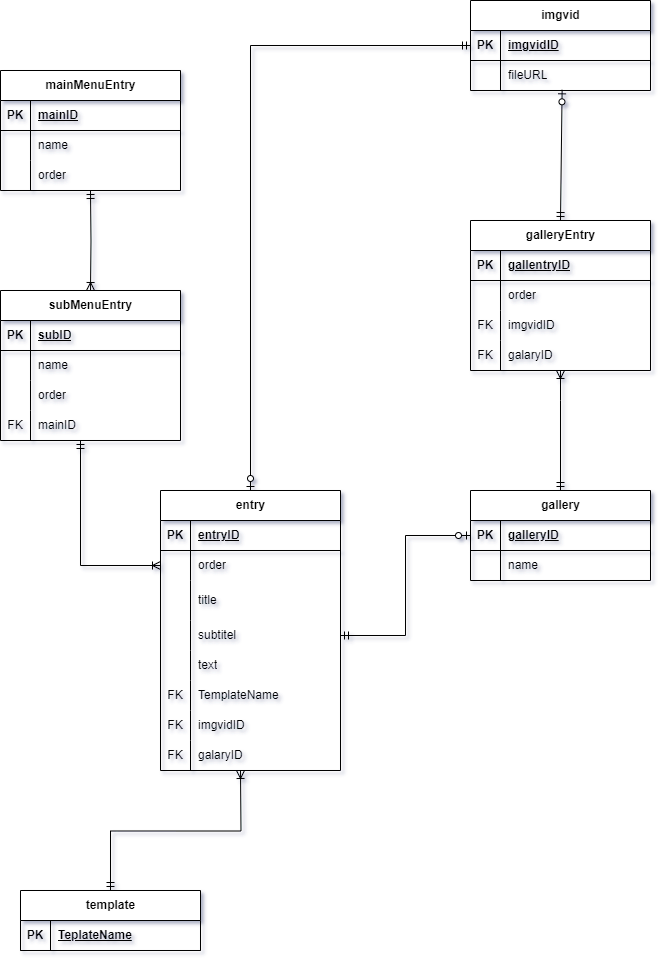
Earlier version of the draw.io export src/Database/DBSchema.png (Werzu25/MusikbezirkSilz). Source tidied: cells renumbered, new cells last; positions are measured from the earlier drawing's top-left corner, leaving out a move shared by most shapes.
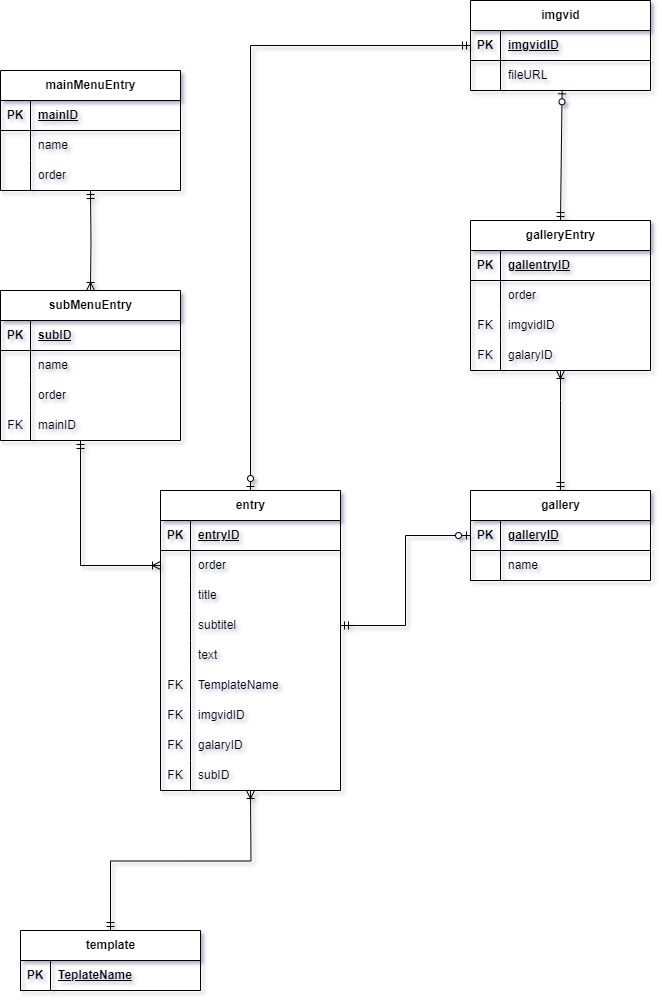
Above is the later version.

Commit message:
fixed issue in DBSchema DBinit created base Julian gay

Diff of the diagram source:
```diff
@@ -3,7 +3,7 @@
     <mxCell id="0" />
     <mxCell id="1" parent="0" />
     <mxCell id="2" value="entry" style="shape=table;startSize=30;rowLines=0;fontStyle=1;align=center;html=1;verticalAlign=middle;horizontal=1;" parent="1" vertex="1">
-      <mxGeometry x="160" y="490" width="180" height="280" as="geometry" />
+      <mxGeometry x="160" y="490" width="180" height="300" as="geometry" />
     </mxCell>
     <mxCell id="3" style="shape=tableRow;horizontal=0;startSize=0;swimlaneHead=0;swimlaneBody=0;fillColor=none;top=0;left=0;right=0;bottom=1;" parent="2" vertex="1">
       <mxGeometry y="30" width="180" height="30" as="geometry" />
@@ -24,16 +24,16 @@
       <mxGeometry x="30" width="150" height="30" as="geometry" />
     </mxCell>
     <mxCell id="9" style="shape=tableRow;horizontal=0;startSize=0;swimlaneHead=0;swimlaneBody=0;fillColor=none;top=0;left=0;right=0;bottom=0;" parent="2" vertex="1">
-      <mxGeometry y="90" width="180" height="40" as="geometry" />
+      <mxGeometry y="90" width="180" height="30" as="geometry" />
     </mxCell>
     <mxCell id="10" style="shape=partialRectangle;fillColor=none;top=0;left=0;bottom=0;right=0;overflow=hidden;whiteSpace=wrap;html=1;" parent="9" vertex="1">
-      <mxGeometry width="30" height="40" as="geometry" />
+      <mxGeometry width="30" height="30" as="geometry" />
     </mxCell>
     <mxCell id="11" value="title" style="shape=partialRectangle;fillColor=none;top=0;left=0;bottom=0;right=0;align=left;spacingLeft=6;overflow=hidden;whiteSpace=wrap;html=1;" parent="9" vertex="1">
-      <mxGeometry x="30" width="150" height="40" as="geometry" />
+      <mxGeometry x="30" width="150" height="30" as="geometry" />
     </mxCell>
     <mxCell id="12" style="shape=tableRow;horizontal=0;startSize=0;swimlaneHead=0;swimlaneBody=0;fillColor=none;points=[[0,0.5],[1,0.5]];portConstraint=eastwest;top=0;left=0;right=0;bottom=0;" parent="2" vertex="1">
-      <mxGeometry y="130" width="180" height="30" as="geometry" />
+      <mxGeometry y="120" width="180" height="30" as="geometry" />
     </mxCell>
     <mxCell id="13" style="shape=partialRectangle;fillColor=none;top=0;left=0;bottom=0;right=0;overflow=hidden;whiteSpace=wrap;html=1;" parent="12" vertex="1">
       <mxGeometry width="30" height="30" as="geometry" />
@@ -209,7 +209,7 @@
       <mxGeometry x="30" width="150" height="30" as="geometry" />
     </mxCell>
     <mxCell id="69" value="template" style="shape=table;startSize=30;rowLines=0;fontStyle=1;align=center;html=1;" parent="1" vertex="1">
-      <mxGeometry x="20" y="890" width="180" height="60" as="geometry" />
+      <mxGeometry x="20" y="930" width="180" height="60" as="geometry" />
     </mxCell>
     <mxCell id="70" style="shape=tableRow;horizontal=0;startSize=0;swimlaneHead=0;swimlaneBody=0;fillColor=none;top=0;left=0;right=0;bottom=1;" parent="69" vertex="1">
       <mxGeometry y="30" width="180" height="30" as="geometry" />
@@ -225,7 +225,7 @@
     </mxCell>
     <mxCell id="74" style="edgeStyle=orthogonalEdgeStyle;fontSize=12;html=1;endArrow=ERoneToMany;startArrow=ERmandOne;rounded=0;exitX=0.5;exitY=0;exitDx=0;exitDy=0;" parent="1" edge="1" source="69">
       <mxGeometry relative="1" as="geometry">
-        <mxPoint x="240" y="770" as="targetPoint" />
+        <mxPoint x="250" y="790" as="targetPoint" />
       </mxGeometry>
     </mxCell>
     <mxCell id="75" style="edgeStyle=orthogonalEdgeStyle;fontSize=12;html=1;endArrow=ERoneToMany;startArrow=ERmandOne;rounded=0;entryX=0;entryY=0.5;entryDx=0;entryDy=0;" parent="1" edge="1" source="66" target="6">
@@ -243,17 +243,14 @@
     <mxCell id="77" style="shape=tableRow;horizontal=0;startSize=0;swimlaneHead=0;swimlaneBody=0;fillColor=none;top=0;left=0;right=0;bottom=0;" parent="1" vertex="1">
       <mxGeometry x="160" y="740" width="180" height="30" as="geometry" />
     </mxCell>
-    <mxCell id="78" style="shape=tableRow;horizontal=0;startSize=0;swimlaneHead=0;swimlaneBody=0;fillColor=none;top=0;left=0;right=0;bottom=0;" parent="1" vertex="1">
-      <mxGeometry x="160" y="770" width="180" height="30" as="geometry" />
-    </mxCell>
     <mxCell id="79" style="shape=tableRow;horizontal=0;startSize=0;swimlaneHead=0;swimlaneBody=0;fillColor=none;top=0;left=0;right=0;bottom=0;" parent="1" vertex="1">
       <mxGeometry x="160" y="660" width="180" height="30" as="geometry" />
     </mxCell>
     <mxCell id="80" value="TemplateName" style="shape=partialRectangle;fillColor=none;top=0;left=1;bottom=0;right=0;align=left;spacingLeft=6;overflow=hidden;whiteSpace=wrap;html=1;" parent="1" vertex="1">
-      <mxGeometry x="190" y="680" width="150" height="30" as="geometry" />
+      <mxGeometry x="190" y="670" width="150" height="30" as="geometry" />
     </mxCell>
     <mxCell id="81" value="FK" style="shape=partialRectangle;fillColor=none;top=0;left=0;bottom=0;right=0;overflow=hidden;whiteSpace=wrap;html=1;" parent="1" vertex="1">
-      <mxGeometry x="160" y="680" width="30" height="30" as="geometry" />
+      <mxGeometry x="160" y="670" width="30" height="30" as="geometry" />
     </mxCell>
     <mxCell id="82" style="shape=tableRow;horizontal=0;startSize=0;swimlaneHead=0;swimlaneBody=0;fillColor=none;top=0;left=0;right=0;bottom=0;" parent="1" vertex="1">
       <mxGeometry x="160" y="650" width="180" height="30" as="geometry" />
@@ -262,19 +259,25 @@
       <mxGeometry width="30" height="30" as="geometry" />
     </mxCell>
     <mxCell id="84" value="text" style="shape=partialRectangle;fillColor=none;top=0;left=1;bottom=0;right=0;align=left;spacingLeft=6;overflow=hidden;whiteSpace=wrap;html=1;" parent="82" vertex="1">
-      <mxGeometry x="30" width="150" height="30" as="geometry" />
+      <mxGeometry x="30" y="-10" width="150" height="30" as="geometry" />
     </mxCell>
     <mxCell id="85" value="imgvidID" style="shape=partialRectangle;fillColor=none;top=0;left=1;bottom=0;right=0;align=left;spacingLeft=6;overflow=hidden;whiteSpace=wrap;html=1;" parent="1" vertex="1">
-      <mxGeometry x="190" y="710" width="150" height="30" as="geometry" />
+      <mxGeometry x="190" y="700" width="150" height="30" as="geometry" />
     </mxCell>
     <mxCell id="86" value="FK" style="shape=partialRectangle;fillColor=none;top=0;left=0;bottom=0;right=0;overflow=hidden;whiteSpace=wrap;html=1;" parent="1" vertex="1">
-      <mxGeometry x="160" y="710" width="30" height="30" as="geometry" />
+      <mxGeometry x="160" y="700" width="30" height="30" as="geometry" />
     </mxCell>
     <mxCell id="87" value="galaryID" style="shape=partialRectangle;fillColor=none;top=0;left=1;bottom=0;right=0;align=left;spacingLeft=6;overflow=hidden;whiteSpace=wrap;html=1;" parent="1" vertex="1">
-      <mxGeometry x="190" y="740" width="160" height="30" as="geometry" />
+      <mxGeometry x="190" y="730" width="160" height="30" as="geometry" />
     </mxCell>
     <mxCell id="88" value="FK" style="shape=partialRectangle;fillColor=none;top=0;left=0;bottom=0;right=0;overflow=hidden;whiteSpace=wrap;html=1;" parent="1" vertex="1">
-      <mxGeometry x="160" y="740" width="30" height="30" as="geometry" />
+      <mxGeometry x="160" y="730" width="30" height="30" as="geometry" />
     </mxCell>
+    <mxCell id="89" value="subID" style="shape=partialRectangle;fillColor=none;top=0;left=1;bottom=0;right=0;align=left;spacingLeft=6;overflow=hidden;whiteSpace=wrap;html=1;" parent="1" vertex="1">
+      <mxGeometry x="190" y="760" width="160" height="30" as="geometry" />
+    </mxCell>
+    <mxCell id="90" value="FK" style="shape=partialRectangle;fillColor=none;top=0;left=0;bottom=0;right=0;overflow=hidden;whiteSpace=wrap;html=1;" parent="1" vertex="1">
+      <mxGeometry x="160" y="760" width="30" height="30" as="geometry" />
+    </mxCell>
   </root>
 </mxGraphModel>
```
